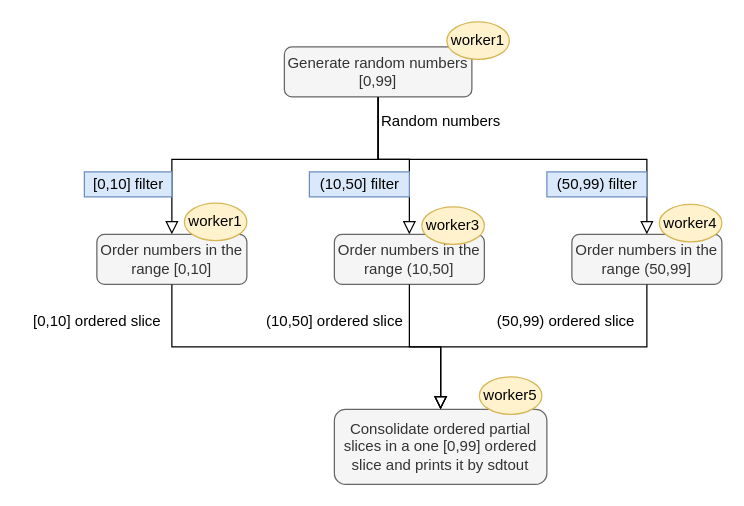
This is examples/sorting/sorting_flow.drawio from theskyinflames/dynamic, a draw.io file, before an edit. Source tidied: cells renumbered, new cells numbered last; positions are measured from the earlier drawing's top-left corner, leaving out a move shared by most shapes. Both pictures are drawn from the tidied source at 125%, with x=0, y=0 at pixel (21, 21).
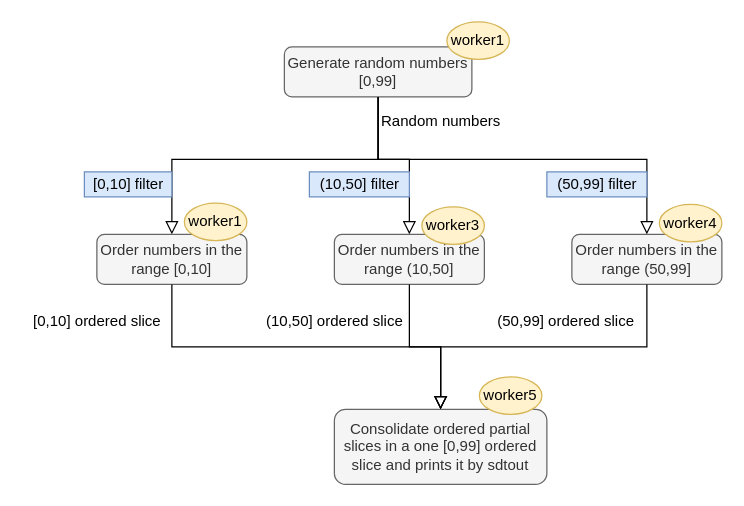
The same page after the edit.

What changed in the source:
```diff
@@
-    <mxCell id="17" value="(50,99) filter" style="text;html=1;align=center;verticalAlign=middle;fillColor=#dae8fc;strokeColor=#6c8ebf;rounded=0;" parent="1" vertex="1">
+    <mxCell id="17" value="(50,99] filter" style="text;html=1;align=center;verticalAlign=middle;fillColor=#dae8fc;strokeColor=#6c8ebf;rounded=0;" parent="1" vertex="1">
       <mxGeometry x="420" y="120" width="80" height="20" as="geometry" />
     </mxCell>
@@
-    <mxCell id="20" value="(50,99) ordered slice" style="text;html=1;align=center;verticalAlign=middle;fillColor=none;strokeColor=none;rounded=0;" parent="1" vertex="1">
-      <mxGeometry x="370" y="230" width="130" height="20" as="geometry" />
+    <mxCell id="20" value="(50,99] ordered slice" style="text;html=1;align=center;verticalAlign=middle;fillColor=none;strokeColor=none;rounded=0;" parent="1" vertex="1">
+      <mxGeometry x="375" y="230" width="120" height="20" as="geometry" />
     </mxCell>
```
